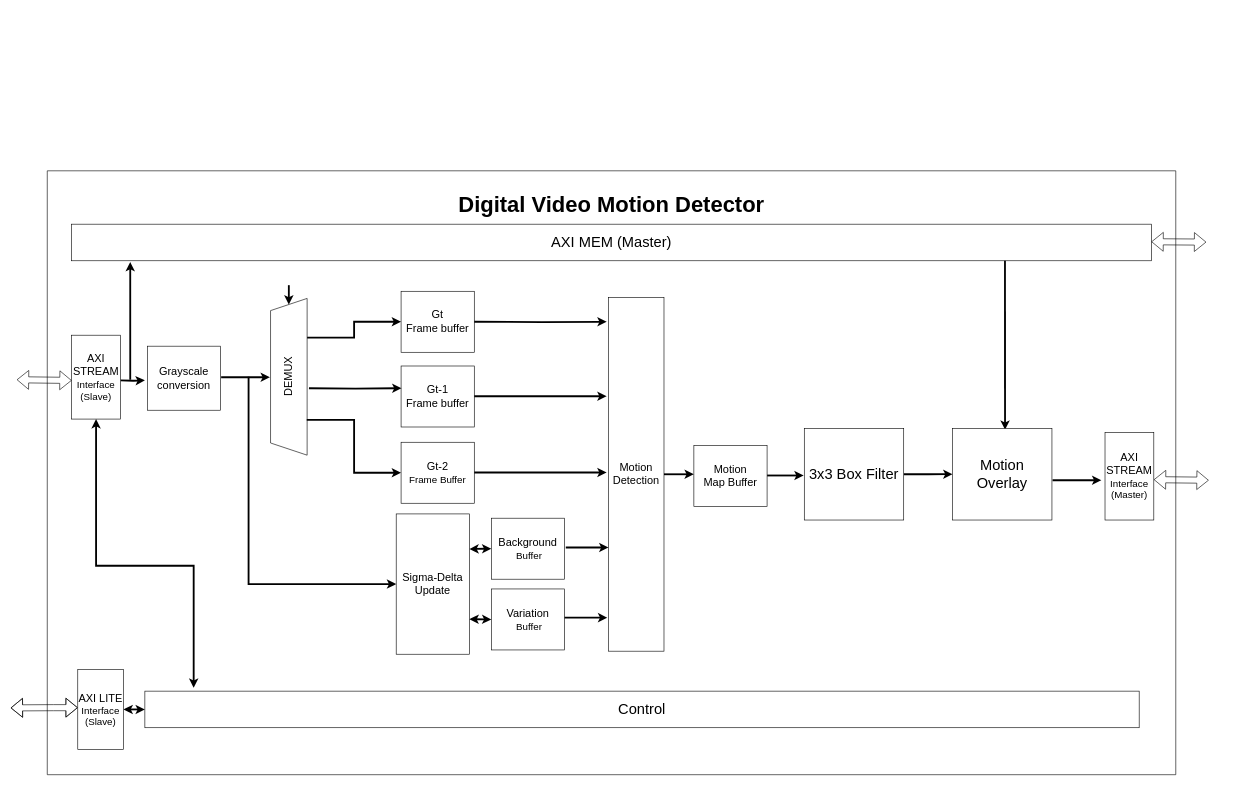
Before: drawings/Block_Diagram_v3.drawio in sabarioded/Hardware_for_Digital_Video_Motion_Detector, a draw.io diagram. Source tidied: cells renumbered, new cells numbered last; positions are measured from the earlier drawing's top-left corner, leaving out a move shared by most shapes. Both pictures are drawn from the tidied source at 61%, with x=0, y=0 at pixel (10, 170).
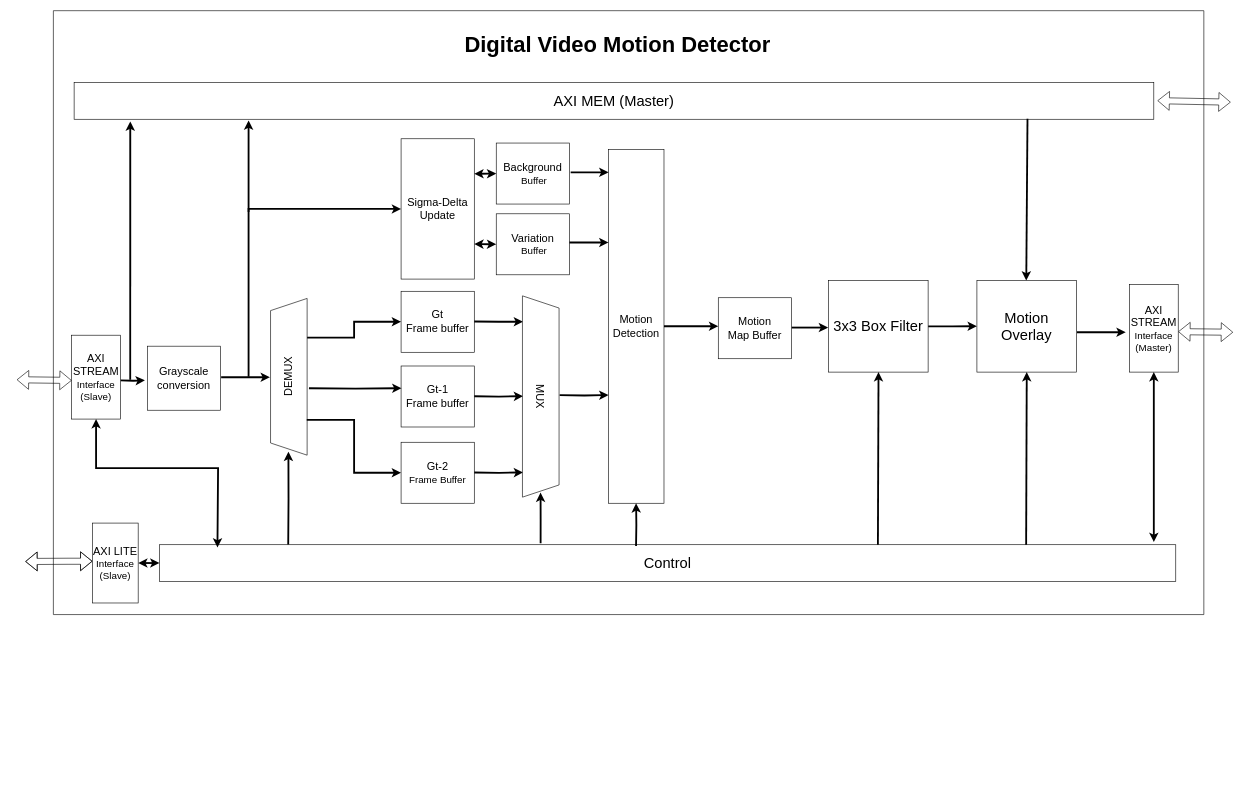
The same diagram, later.

Unchanged cells that the change refers to:
```xml
<mxCell id="3" value="&lt;font style=&quot;font-size: 18px;&quot;&gt;AXI STREAM&lt;/font&gt;&lt;div&gt;&lt;font size=&quot;3&quot;&gt;Interface&lt;/font&gt;&lt;/div&gt;&lt;div&gt;&lt;font size=&quot;3&quot;&gt;(Slave)&lt;/font&gt;&lt;/div&gt;" style="rounded=0;whiteSpace=wrap;html=1;" parent="1" vertex="1">
  <mxGeometry x="100" y="270" width="80" height="137.5" as="geometry" />
</mxCell>
<mxCell id="32" value="&lt;font style=&quot;font-size: 18px;&quot;&gt;DEMUX&lt;/font&gt;" style="shape=trapezoid;perimeter=trapezoidPerimeter;whiteSpace=wrap;html=1;fixedSize=1;rotation=-90;" parent="1" vertex="1">
  <mxGeometry x="327.5" y="308.2" width="257" height="60" as="geometry" />
</mxCell>
```

What changed in the source:
```diff
@@
     <mxCell id="7" value="&lt;span style=&quot;font-size: 18px;&quot;&gt;Background&lt;/span&gt;&lt;br&gt;&lt;div&gt;&lt;font size=&quot;3&quot;&gt;&amp;nbsp;Buffer&lt;/font&gt;&lt;/div&gt;" style="rounded=0;whiteSpace=wrap;html=1;" parent="1" vertex="1">
-      <mxGeometry x="788" y="570" width="120" height="100" as="geometry" />
+      <mxGeometry x="796" y="-45" width="120" height="100" as="geometry" />
     </mxCell>
     <mxCell id="8" value="&lt;span style=&quot;background-color: transparent; color: light-dark(rgb(0, 0, 0), rgb(255, 255, 255)); font-size: 18px;&quot;&gt;Variation&lt;/span&gt;&lt;div&gt;&lt;span style=&quot;font-size: medium; background-color: transparent; color: light-dark(rgb(0, 0, 0), rgb(255, 255, 255));&quot;&gt;&amp;nbsp;Buffer&lt;/span&gt;&lt;/div&gt;" style="rounded=0;whiteSpace=wrap;html=1;" parent="1" vertex="1">
-      <mxGeometry x="788" y="686" width="120" height="100" as="geometry" />
+      <mxGeometry x="796" y="71" width="120" height="100" as="geometry" />
     </mxCell>
     <mxCell id="9" value="&lt;font style=&quot;font-size: 24px;&quot;&gt;AXI MEM (Master)&lt;/font&gt;" style="whiteSpace=wrap;html=1;" parent="1" vertex="1">
-      <mxGeometry x="100" y="88" width="1770" height="60" as="geometry" />
+      <mxGeometry x="104" y="-144" width="1770" height="60" as="geometry" />
     </mxCell>
@@
-    <mxCell id="11" style="edgeStyle=orthogonalEdgeStyle;rounded=0;jettySize=auto;html=1;strokeWidth=3;" parent="1" edge="1" source="12">
+    <mxCell id="11" style="edgeStyle=orthogonalEdgeStyle;rounded=0;orthogonalLoop=1;jettySize=auto;html=1;strokeWidth=3;" parent="1" edge="1">
       <mxGeometry relative="1" as="geometry">
-        <mxPoint x="1120" y="498" as="targetPoint" />
+        <mxPoint x="1070" y="255.3" as="sourcePoint" />
+        <mxPoint x="1160" y="255.3" as="targetPoint" />
+        <Array as="points">
+          <mxPoint x="1119" y="255.3" />
+        </Array>
       </mxGeometry>
     </mxCell>
     <mxCell id="12" value="&lt;font style=&quot;font-size: 18px;&quot;&gt;Motion Detection&lt;/font&gt;" style="whiteSpace=wrap;html=1;" parent="1" vertex="1">
-      <mxGeometry x="980" y="208" width="91" height="580" as="geometry" />
+      <mxGeometry x="980" y="-34.5" width="91" height="580" as="geometry" />
     </mxCell>
-    <mxCell id="13" style="endArrow=classic;html=1;rounded=0;strokeWidth=3;" parent="1" edge="1">
+    <mxCell id="13" style="endArrow=classic;html=1;rounded=0;strokeWidth=3;entryX=0.052;entryY=1.059;entryDx=0;entryDy=0;entryPerimeter=0;" parent="1" edge="1" target="9">
       <mxGeometry relative="1" as="geometry">
         <mxPoint x="196" y="343" as="sourcePoint" />
-        <mxPoint x="196" y="150" as="targetPoint" />
       </mxGeometry>
     </mxCell>
     <mxCell id="14" style="edgeStyle=orthogonalEdgeStyle;rounded=0;jettySize=auto;html=1;strokeWidth=3;" parent="1" edge="1" source="15">
       <mxGeometry relative="1" as="geometry">
-        <mxPoint x="1544" y="497.8" as="targetPoint" />
+        <mxPoint x="1584" y="255.2" as="targetPoint" />
       </mxGeometry>
     </mxCell>
     <mxCell id="15" value="&lt;font style=&quot;font-size: 24px;&quot;&gt;3x3 Box Filter&lt;/font&gt;" style="rounded=0;whiteSpace=wrap;html=1;" parent="1" vertex="1">
-      <mxGeometry x="1301" y="423" width="163" height="150" as="geometry" />
+      <mxGeometry x="1341" y="180.5" width="163" height="150" as="geometry" />
     </mxCell>
-    <mxCell id="16" style="endArrow=classic;html=1;rounded=0;strokeWidth=3;" parent="1" edge="1">
+    <mxCell id="16" style="endArrow=classic;html=1;rounded=0;strokeWidth=3;exitX=0.883;exitY=0.989;exitDx=0;exitDy=0;exitPerimeter=0;" parent="1" edge="1" source="9">
       <mxGeometry relative="1" as="geometry">
-        <mxPoint x="1630" y="148" as="sourcePoint" />
-        <mxPoint x="1630.1" y="425" as="targetPoint" />
+        <mxPoint x="1664.9" y="180.5" as="targetPoint" />
       </mxGeometry>
     </mxCell>
-    <mxCell id="17" style="endArrow=classic;startArrow=classic;html=1;rounded=0;exitX=0.5;exitY=1;exitDx=0;exitDy=0;strokeWidth=3;" parent="1" edge="1" source="3">
-      <mxGeometry relative="1" as="geometry">
-        <mxPoint x="300" y="848" as="targetPoint" />
-        <Array as="points">
-          <mxPoint x="140" y="648" />
-          <mxPoint x="300" y="648" />
-        </Array>
-      </mxGeometry>
-    </mxCell>
@@
     <mxCell id="19" style="shape=flexArrow;endArrow=classic;startArrow=classic;html=1;rounded=0;" parent="1" edge="1">
       <mxGeometry relative="1" as="geometry">
-        <mxPoint y="881" as="sourcePoint" />
-        <mxPoint x="110" y="880.6" as="targetPoint" />
+        <mxPoint x="24" y="641" as="sourcePoint" />
+        <mxPoint x="134" y="640.6" as="targetPoint" />
         <Array as="points">
-          <mxPoint x="70" y="880.6" />
+          <mxPoint x="94" y="640.6" />
         </Array>
       </mxGeometry>
     </mxCell>
     <mxCell id="20" style="shape=flexArrow;endArrow=classic;startArrow=classic;html=1;rounded=0;entryX=0;entryY=0.5;entryDx=0;entryDy=0;" parent="1" edge="1">
       <mxGeometry relative="1" as="geometry">
-        <mxPoint x="1874" y="506.8" as="sourcePoint" />
-        <mxPoint x="1964" y="507.8" as="targetPoint" />
+        <mxPoint x="1914" y="264.2" as="sourcePoint" />
+        <mxPoint x="2004" y="265.2" as="targetPoint" />
       </mxGeometry>
     </mxCell>
     <mxCell id="21" style="shape=flexArrow;endArrow=classic;startArrow=classic;html=1;rounded=0;" parent="1" edge="1">
       <mxGeometry relative="1" as="geometry">
-        <mxPoint x="1870" y="116.8" as="sourcePoint" />
-        <mxPoint x="1960" y="117.4" as="targetPoint" />
+        <mxPoint x="1880" y="-114.5" as="sourcePoint" />
+        <mxPoint x="2000" y="-112" as="targetPoint" />
       </mxGeometry>
     </mxCell>
     <mxCell id="22" value="&lt;span style=&quot;font-size: 18px;&quot;&gt;Sigma-Delta&lt;/span&gt;&lt;div&gt;&lt;span style=&quot;font-size: 18px;&quot;&gt;Update&lt;/span&gt;&lt;/div&gt;" style="rounded=0;whiteSpace=wrap;html=1;" parent="1" vertex="1">
-      <mxGeometry x="632" y="563" width="120" height="230" as="geometry" />
+      <mxGeometry x="640" y="-52" width="120" height="230" as="geometry" />
     </mxCell>
@@
     <mxCell id="25" style="edgeStyle=orthogonalEdgeStyle;rounded=0;jettySize=auto;html=1;strokeWidth=3;entryX=0;entryY=0.5;entryDx=0;entryDy=0;" parent="1" edge="1" target="22">
       <mxGeometry relative="1" as="geometry">
         <mxPoint x="390" y="338" as="sourcePoint" />
         <Array as="points">
-          <mxPoint x="390" y="678" />
+          <mxPoint x="390" y="63" />
         </Array>
       </mxGeometry>
     </mxCell>
     <mxCell id="26" style="edgeStyle=orthogonalEdgeStyle;rounded=0;orthogonalLoop=1;jettySize=auto;html=1;strokeWidth=3;" parent="1" edge="1">
       <mxGeometry relative="1" as="geometry">
-        <mxPoint x="910" y="618" as="sourcePoint" />
-        <mxPoint x="980" y="618" as="targetPoint" />
+        <mxPoint x="918" y="3" as="sourcePoint" />
+        <mxPoint x="980" y="3" as="targetPoint" />
       </mxGeometry>
     </mxCell>
     <mxCell id="27" style="edgeStyle=orthogonalEdgeStyle;rounded=0;orthogonalLoop=1;jettySize=auto;html=1;strokeWidth=3;" parent="1" edge="1">
       <mxGeometry relative="1" as="geometry">
-        <mxPoint x="908" y="733" as="sourcePoint" />
-        <mxPoint x="978" y="733" as="targetPoint" />
+        <mxPoint x="916" y="118" as="sourcePoint" />
+        <mxPoint x="980" y="118" as="targetPoint" />
       </mxGeometry>
     </mxCell>
     <mxCell id="28" value="&lt;font style=&quot;font-size: 24px;&quot;&gt;Motion Overlay&lt;/font&gt;" style="rounded=0;whiteSpace=wrap;html=1;" parent="1" vertex="1">
-      <mxGeometry x="1544" y="423" width="163" height="150" as="geometry" />
+      <mxGeometry x="1584" y="180.5" width="163" height="150" as="geometry" />
     </mxCell>
     <mxCell id="29" value="&lt;font style=&quot;font-size: 18px;&quot;&gt;AXI STREAM&lt;/font&gt;&lt;div&gt;&lt;font size=&quot;3&quot;&gt;Interface&lt;/font&gt;&lt;/div&gt;&lt;div&gt;&lt;font size=&quot;3&quot;&gt;(Master)&lt;/font&gt;&lt;/div&gt;" style="rounded=0;whiteSpace=wrap;html=1;" parent="1" vertex="1">
-      <mxGeometry x="1794" y="429.2" width="80" height="143.8" as="geometry" />
+      <mxGeometry x="1834" y="186.7" width="80" height="143.8" as="geometry" />
     </mxCell>
     <mxCell id="30" style="edgeStyle=orthogonalEdgeStyle;rounded=0;orthogonalLoop=1;jettySize=auto;html=1;strokeWidth=3;" parent="1" edge="1">
       <mxGeometry relative="1" as="geometry">
-        <mxPoint x="1708" y="507.8" as="sourcePoint" />
-        <mxPoint x="1788" y="507.8" as="targetPoint" />
+        <mxPoint x="1748" y="265.2" as="sourcePoint" />
+        <mxPoint x="1828" y="265.2" as="targetPoint" />
       </mxGeometry>
     </mxCell>
@@
-    <mxCell id="35" style="edgeStyle=orthogonalEdgeStyle;rounded=0;jettySize=auto;html=1;strokeWidth=3;entryX=1;entryY=0.5;entryDx=0;entryDy=0;" parent="1" edge="1" target="32">
-      <mxGeometry relative="1" as="geometry">
-        <mxPoint x="456" y="188" as="sourcePoint" />
-      </mxGeometry>
-    </mxCell>
@@
     <mxCell id="37" style="swimlane;startSize=0;" parent="1" vertex="1">
-      <mxGeometry x="60" y="0.5" width="1850" height="990" as="geometry" />
+      <mxGeometry x="70" y="-262" width="1886" height="990" as="geometry" />
     </mxCell>
@@
-    <mxCell id="39" style="edgeStyle=orthogonalEdgeStyle;rounded=0;jettySize=auto;html=1;strokeWidth=3;entryX=-0.032;entryY=0.069;entryDx=0;entryDy=0;entryPerimeter=0;" parent="1" edge="1" target="12">
-      <mxGeometry relative="1" as="geometry">
-        <mxPoint x="760" y="248" as="sourcePoint" />
-      </mxGeometry>
-    </mxCell>
-    <mxCell id="40" style="edgeStyle=orthogonalEdgeStyle;rounded=0;orthogonalLoop=1;jettySize=auto;html=1;strokeWidth=3;entryX=-0.032;entryY=0.069;entryDx=0;entryDy=0;entryPerimeter=0;" parent="1" edge="1">
+    <mxCell id="40" style="edgeStyle=orthogonalEdgeStyle;rounded=0;orthogonalLoop=1;jettySize=auto;html=1;strokeWidth=3;" parent="1" edge="1">
       <mxGeometry relative="1" as="geometry">
         <mxPoint x="760" y="370.1" as="sourcePoint" />
-        <mxPoint x="977" y="370.1" as="targetPoint" />
+        <mxPoint x="840" y="370" as="targetPoint" />
       </mxGeometry>
     </mxCell>
-    <mxCell id="41" style="edgeStyle=orthogonalEdgeStyle;rounded=0;orthogonalLoop=1;jettySize=auto;html=1;strokeWidth=3;entryX=-0.032;entryY=0.069;entryDx=0;entryDy=0;entryPerimeter=0;" parent="1" edge="1">
+    <mxCell id="41" style="edgeStyle=orthogonalEdgeStyle;rounded=0;orthogonalLoop=1;jettySize=auto;html=1;strokeWidth=3;" parent="1" edge="1">
       <mxGeometry relative="1" as="geometry">
         <mxPoint x="760" y="495.1" as="sourcePoint" />
-        <mxPoint x="977" y="495.1" as="targetPoint" />
+        <mxPoint x="840" y="495" as="targetPoint" />
       </mxGeometry>
     </mxCell>
     <mxCell id="42" value="&lt;font style=&quot;font-size: 18px;&quot;&gt;AXI LITE&lt;/font&gt;&lt;div&gt;&lt;font size=&quot;3&quot;&gt;Interface&lt;/font&gt;&lt;/div&gt;&lt;div&gt;&lt;font size=&quot;3&quot;&gt;(Slave)&lt;/font&gt;&lt;/div&gt;" style="whiteSpace=wrap;html=1;" parent="1" vertex="1">
-      <mxGeometry x="110" y="818" width="75" height="131" as="geometry" />
+      <mxGeometry x="134" y="578" width="75" height="131" as="geometry" />
     </mxCell>
     <mxCell id="43" value="&lt;font style=&quot;font-size: 24px;&quot;&gt;Control&lt;/font&gt;" style="rounded=0;whiteSpace=wrap;html=1;" parent="1" vertex="1">
-      <mxGeometry x="220" y="853.5" width="1630" height="60" as="geometry" />
+      <mxGeometry x="244" y="613.5" width="1666" height="60" as="geometry" />
     </mxCell>
@@
     <mxCell id="45" style="edgeStyle=orthogonalEdgeStyle;rounded=0;orthogonalLoop=1;jettySize=auto;html=1;strokeWidth=3;" parent="1" edge="1">
       <mxGeometry relative="1" as="geometry">
-        <mxPoint x="1240" y="500" as="sourcePoint" />
-        <mxPoint x="1300" y="500" as="targetPoint" />
+        <mxPoint x="1280" y="257.5" as="sourcePoint" />
+        <mxPoint x="1340" y="257.5" as="targetPoint" />
       </mxGeometry>
     </mxCell>
     <mxCell id="46" value="&lt;span style=&quot;font-size: 18px;&quot;&gt;Motion&lt;/span&gt;&lt;div&gt;&lt;span style=&quot;font-size: 18px;&quot;&gt;Map Buffer&lt;/span&gt;&lt;/div&gt;" style="rounded=0;whiteSpace=wrap;html=1;" parent="1" vertex="1">
-      <mxGeometry x="1120" y="451.1" width="120" height="100" as="geometry" />
+      <mxGeometry x="1160" y="208.6" width="120" height="100" as="geometry" />
     </mxCell>
+    <mxCell id="47" style="edgeStyle=orthogonalEdgeStyle;rounded=0;orthogonalLoop=1;jettySize=auto;html=1;strokeWidth=3;" parent="1" edge="1">
+      <mxGeometry relative="1" as="geometry">
+        <mxPoint x="760" y="247.5" as="sourcePoint" />
+        <mxPoint x="840" y="248" as="targetPoint" />
+      </mxGeometry>
+    </mxCell>
+    <mxCell id="48" style="endArrow=classic;html=1;rounded=0;strokeWidth=3;" parent="1" edge="1">
+      <mxGeometry relative="1" as="geometry">
+        <mxPoint x="390" y="68" as="sourcePoint" />
+        <mxPoint x="390" y="-82" as="targetPoint" />
+      </mxGeometry>
+    </mxCell>
+    <mxCell id="49" value="&lt;font style=&quot;font-size: 18px;&quot;&gt;MUX&lt;/font&gt;" style="shape=trapezoid;perimeter=trapezoidPerimeter;whiteSpace=wrap;html=1;fixedSize=1;rotation=90;" parent="1" vertex="1">
+      <mxGeometry x="704" y="340.5" width="330" height="60" as="geometry" />
+    </mxCell>
+    <mxCell id="50" style="edgeStyle=orthogonalEdgeStyle;rounded=0;orthogonalLoop=1;jettySize=auto;html=1;strokeWidth=3;" parent="1" edge="1">
+      <mxGeometry relative="1" as="geometry">
+        <mxPoint x="900" y="368.3" as="sourcePoint" />
+        <mxPoint x="980" y="368.2" as="targetPoint" />
+      </mxGeometry>
+    </mxCell>
+    <mxCell id="51" style="edgeStyle=orthogonalEdgeStyle;rounded=0;orthogonalLoop=1;jettySize=auto;html=1;strokeWidth=3;entryX=1;entryY=0.5;entryDx=0;entryDy=0;" parent="1" edge="1">
+      <mxGeometry relative="1" as="geometry">
+        <mxPoint x="455" y="613" as="sourcePoint" />
+        <mxPoint x="455.3" y="461" as="targetPoint" />
+      </mxGeometry>
+    </mxCell>
+    <mxCell id="52" style="edgeStyle=orthogonalEdgeStyle;rounded=0;jettySize=auto;html=1;strokeWidth=3;exitX=0.375;exitY=-0.04;exitDx=0;exitDy=0;exitPerimeter=0;" parent="1" edge="1" source="43">
+      <mxGeometry relative="1" as="geometry">
+        <mxPoint x="868.7" y="528" as="targetPoint" />
+      </mxGeometry>
+    </mxCell>
+    <mxCell id="53" style="endArrow=classic;html=1;rounded=0;strokeWidth=3;entryX=0.5;entryY=1;entryDx=0;entryDy=0;exitX=0.978;exitY=0.007;exitDx=0;exitDy=0;exitPerimeter=0;" parent="1" edge="1">
+      <mxGeometry relative="1" as="geometry">
+        <mxPoint x="1664.7" y="613.5" as="sourcePoint" />
+        <mxPoint x="1665.7" y="330.5" as="targetPoint" />
+      </mxGeometry>
+    </mxCell>
+    <mxCell id="54" style="endArrow=classic;html=1;rounded=0;strokeWidth=3;entryX=0.5;entryY=1;entryDx=0;entryDy=0;exitX=0.978;exitY=0.007;exitDx=0;exitDy=0;exitPerimeter=0;" parent="1" edge="1">
+      <mxGeometry relative="1" as="geometry">
+        <mxPoint x="1421.7" y="613.5" as="sourcePoint" />
+        <mxPoint x="1422.7" y="330.5" as="targetPoint" />
+      </mxGeometry>
+    </mxCell>
+    <mxCell id="55" style="edgeStyle=orthogonalEdgeStyle;rounded=0;orthogonalLoop=1;jettySize=auto;html=1;strokeWidth=3;" parent="1" edge="1">
+      <mxGeometry relative="1" as="geometry">
+        <mxPoint x="1025.2" y="615.5" as="sourcePoint" />
+        <mxPoint x="1025.3" y="545.5" as="targetPoint" />
+      </mxGeometry>
+    </mxCell>
+    <mxCell id="56" style="endArrow=classic;startArrow=classic;html=1;rounded=0;exitX=0.5;exitY=1;exitDx=0;exitDy=0;strokeWidth=3;" parent="1" edge="1" source="29">
+      <mxGeometry relative="1" as="geometry">
+        <mxPoint x="1874" y="609" as="targetPoint" />
+      </mxGeometry>
+    </mxCell>
+    <mxCell id="57" style="endArrow=classic;startArrow=classic;html=1;rounded=0;exitX=0.5;exitY=1;exitDx=0;exitDy=0;strokeWidth=3;entryX=0.057;entryY=0.076;entryDx=0;entryDy=0;entryPerimeter=0;" parent="1" edge="1" source="3" target="43">
+      <mxGeometry relative="1" as="geometry">
+        <Array as="points">
+          <mxPoint x="140" y="488" />
+          <mxPoint x="340" y="488" />
+        </Array>
+      </mxGeometry>
+    </mxCell>
```
